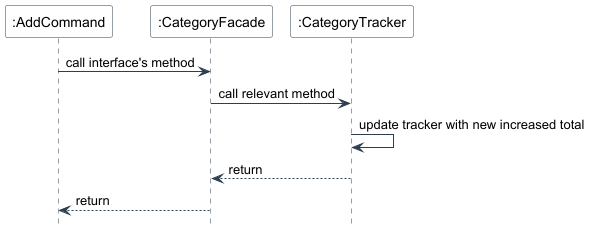
Above: docs/diagrams/images/CategoryFacade Add SequenceUML.png in nus-cs2113-AY2425S1/tp (PlantUML), before the change.
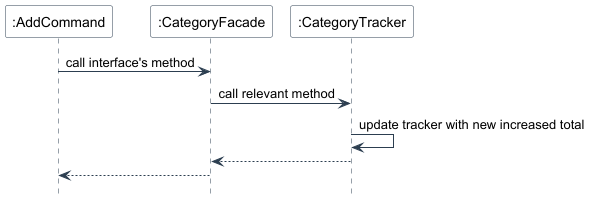
The same file after the commit.

Commit message:
Simplify sequence diagram

Diff of the diagram source:
```diff
@@ -15,7 +15,7 @@
 AC -> CF: call interface's method
 CF -> CT: call relevant method
 CT -> CT: update tracker with new increased total
-CT --> CF: return
-CF --> AC: return
+CT --> CF:
+CF --> AC:
 
 @enduml
```
